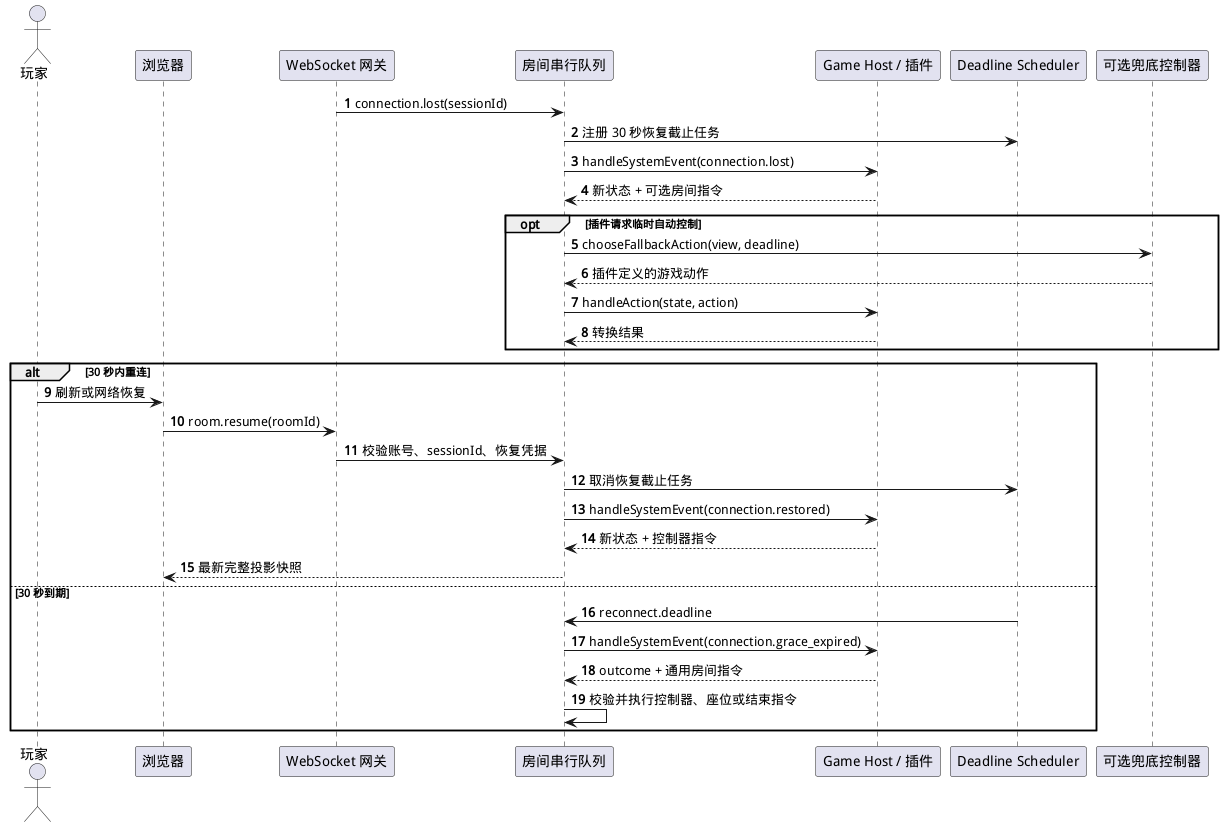
Before: docs/images/architecture-fig03.png, a diagram exported from PlantUML (huzife/tabletop).
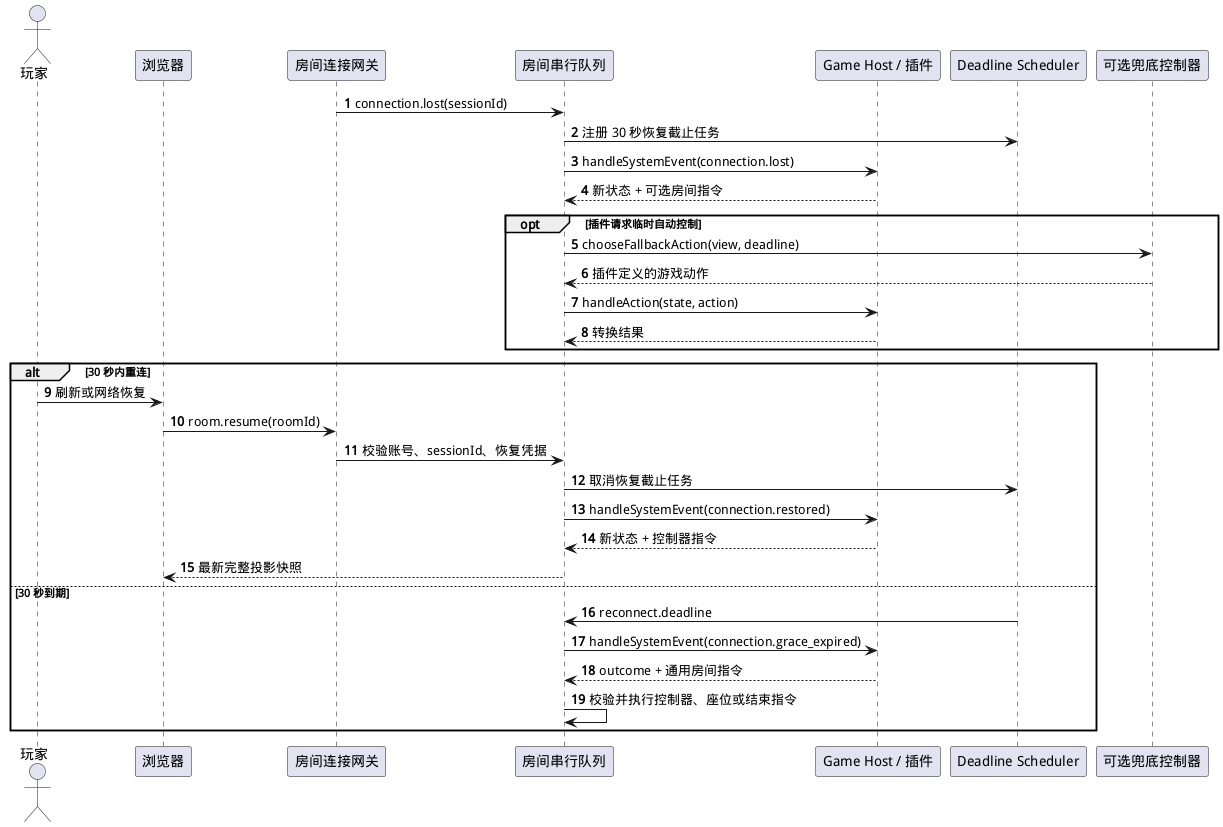
After the change.

Change to the diagram source:
```diff
@@ -6,7 +6,7 @@
 
 actor 玩家
 participant 浏览器
-participant "WebSocket 网关" as Gateway
+participant "房间连接网关" as Gateway
 participant "房间串行队列" as Queue
 participant "Game Host / 插件" as Host
 participant "Deadline Scheduler" as Scheduler
```
